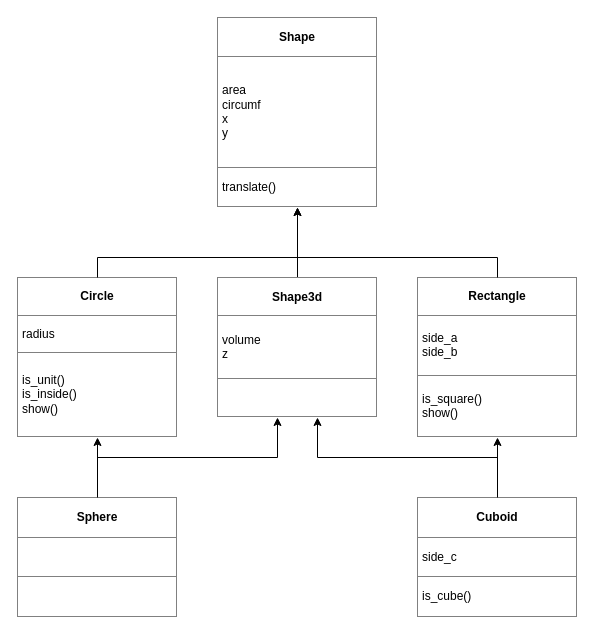
Above: Labs/Lab03/shapes.drawio in senadsotonica/python-programming-Senad-Sotonica (draw.io), before the change. Source tidied: cells renumbered, new cells numbered last; positions are measured from the earlier drawing's top-left corner, leaving out a move shared by most shapes. Both pictures are drawn from the tidied source at 100%, with x=0, y=0 at pixel (17, 17).
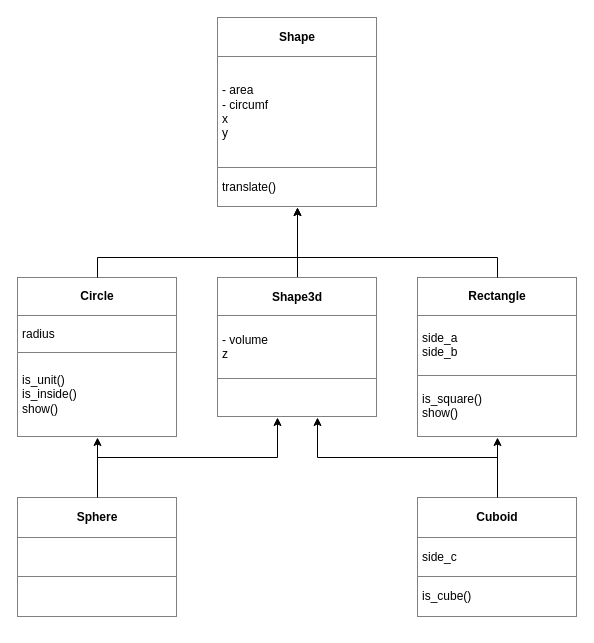
The same page after the edit.

Commit message (it also covers changes not shown here):
Adding a main for demostrating shapes.py minor graphical changes in shapes

Change to the diagram source:
```diff
@@
-    <mxCell id="2" value="&lt;table border=&quot;1&quot; width=&quot;100%&quot; height=&quot;100%&quot; cellpadding=&quot;4&quot; style=&quot;width:100%;height:100%;border-collapse:collapse;&quot;&gt;&lt;tbody&gt;&lt;tr&gt;&lt;th align=&quot;center&quot;&gt;Shape&lt;/th&gt;&lt;/tr&gt;&lt;tr&gt;&lt;td&gt;area&lt;span style=&quot;white-space: pre;&quot;&gt; &lt;/span&gt;&lt;span style=&quot;white-space: pre;&quot;&gt; &lt;/span&gt;&lt;span style=&quot;white-space: pre;&quot;&gt; &lt;/span&gt;&lt;br&gt;circumf&lt;span style=&quot;white-space: pre;&quot;&gt; &lt;/span&gt;&lt;span style=&quot;white-space: pre;&quot;&gt; &lt;/span&gt;&lt;br&gt;x&lt;span style=&quot;white-space: pre;&quot;&gt; &lt;/span&gt;&lt;span style=&quot;white-space: pre;&quot;&gt; &lt;/span&gt;&lt;span style=&quot;white-space: pre;&quot;&gt; &lt;/span&gt;&lt;br&gt;y&lt;span style=&quot;white-space: pre;&quot;&gt; &lt;/span&gt;&lt;span style=&quot;white-space: pre;&quot;&gt; &lt;/span&gt;&lt;span style=&quot;white-space: pre;&quot;&gt; &lt;/span&gt;&lt;/td&gt;&lt;/tr&gt;&lt;tr&gt;&lt;td&gt;translate()&lt;br&gt;&lt;/td&gt;&lt;/tr&gt;&lt;/tbody&gt;&lt;/table&gt;" style="text;html=1;strokeColor=none;fillColor=none;overflow=fill;" parent="1" vertex="1">
+    <mxCell id="2" value="&lt;table border=&quot;1&quot; width=&quot;100%&quot; cellpadding=&quot;4&quot; style=&quot;width: 100% ; height: 100% ; border-collapse: collapse&quot;&gt;&lt;tbody&gt;&lt;tr&gt;&lt;th align=&quot;center&quot;&gt;Shape&lt;/th&gt;&lt;/tr&gt;&lt;tr&gt;&lt;td&gt;- area&lt;span style=&quot;white-space: pre&quot;&gt; &lt;/span&gt;&lt;span style=&quot;white-space: pre&quot;&gt; &lt;/span&gt;&lt;span style=&quot;white-space: pre&quot;&gt; &lt;/span&gt;&lt;br&gt;- circumf&lt;span style=&quot;white-space: pre&quot;&gt; &lt;/span&gt;&lt;span style=&quot;white-space: pre&quot;&gt; &lt;/span&gt;&lt;br&gt;x&lt;span style=&quot;white-space: pre&quot;&gt; &lt;/span&gt;&lt;span style=&quot;white-space: pre&quot;&gt; &lt;/span&gt;&lt;span style=&quot;white-space: pre&quot;&gt; &lt;/span&gt;&lt;br&gt;y&lt;span style=&quot;white-space: pre&quot;&gt; &lt;/span&gt;&lt;span style=&quot;white-space: pre&quot;&gt; &lt;/span&gt;&lt;span style=&quot;white-space: pre&quot;&gt; &lt;/span&gt;&lt;/td&gt;&lt;/tr&gt;&lt;tr&gt;&lt;td&gt;translate()&lt;br&gt;&lt;/td&gt;&lt;/tr&gt;&lt;/tbody&gt;&lt;/table&gt;" style="text;html=1;strokeColor=none;fillColor=none;overflow=fill;" parent="1" vertex="1">
       <mxGeometry x="200" width="160" height="190" as="geometry" />
     </mxCell>
@@
-    <mxCell id="6" value="&lt;table border=&quot;1&quot; width=&quot;100%&quot; height=&quot;100%&quot; cellpadding=&quot;4&quot; style=&quot;width:100%;height:100%;border-collapse:collapse;&quot;&gt;&lt;tbody&gt;&lt;tr&gt;&lt;th align=&quot;center&quot;&gt;Shape3d&lt;/th&gt;&lt;/tr&gt;&lt;tr&gt;&lt;td&gt;volume&lt;br&gt;z&lt;span style=&quot;white-space: pre;&quot;&gt; &lt;/span&gt;&lt;span style=&quot;white-space: pre;&quot;&gt; &lt;/span&gt;&lt;/td&gt;&lt;/tr&gt;&lt;tr&gt;&lt;td&gt;&lt;br&gt;&lt;/td&gt;&lt;/tr&gt;&lt;/tbody&gt;&lt;/table&gt;" style="text;html=1;strokeColor=none;fillColor=none;overflow=fill;" parent="1" vertex="1">
+    <mxCell id="6" value="&lt;table border=&quot;1&quot; width=&quot;100%&quot; cellpadding=&quot;4&quot; style=&quot;width: 100% ; height: 100% ; border-collapse: collapse&quot;&gt;&lt;tbody&gt;&lt;tr&gt;&lt;th align=&quot;center&quot;&gt;Shape3d&lt;/th&gt;&lt;/tr&gt;&lt;tr&gt;&lt;td&gt;- volume&lt;br&gt;z&lt;span style=&quot;white-space: pre&quot;&gt; &lt;/span&gt;&lt;span style=&quot;white-space: pre&quot;&gt; &lt;/span&gt;&lt;/td&gt;&lt;/tr&gt;&lt;tr&gt;&lt;td&gt;&lt;br&gt;&lt;/td&gt;&lt;/tr&gt;&lt;/tbody&gt;&lt;/table&gt;" style="text;html=1;strokeColor=none;fillColor=none;overflow=fill;" parent="1" vertex="1">
       <mxGeometry x="200" y="260" width="160" height="140" as="geometry" />
     </mxCell>
```
